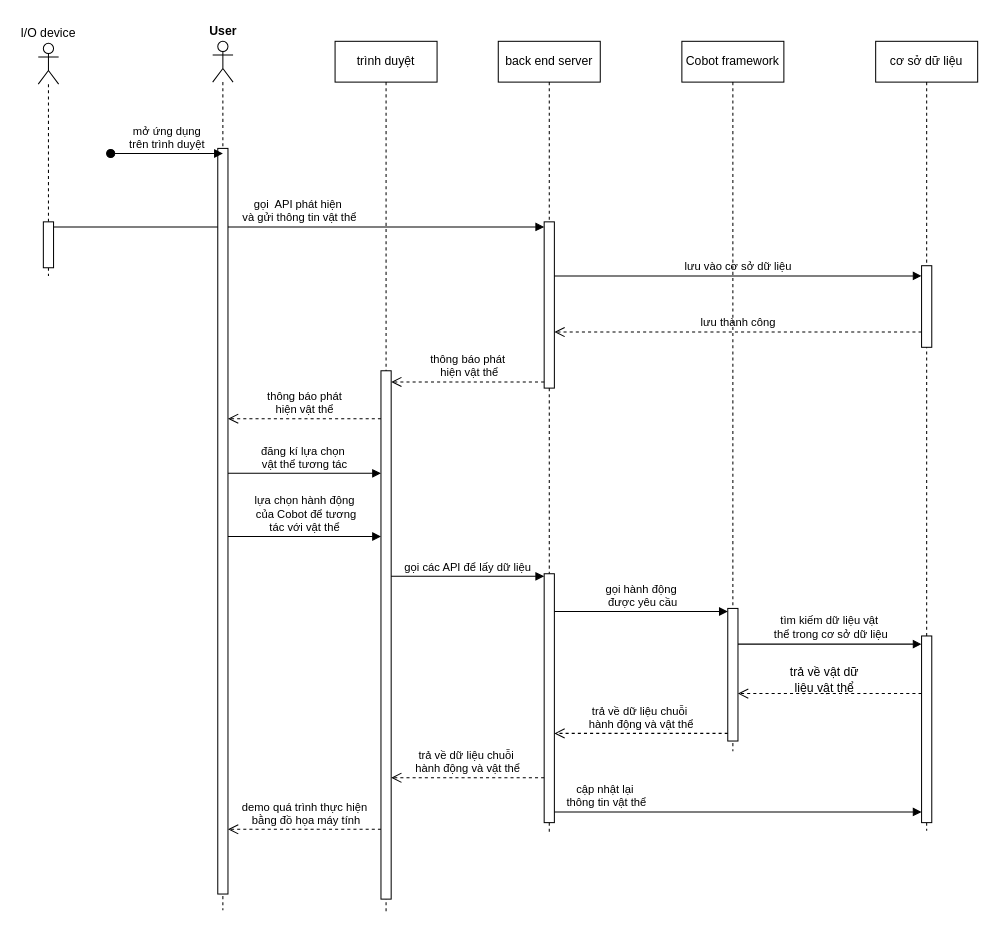
Earlier version of the draw.io diagram page "Page-1" (1 of 3) of sequence_diagram.drawio (LTDat-HustK65/GP). Source tidied: cells renumbered, new cells numbered last; positions are measured from the earlier drawing's top-left corner, leaving out a move shared by most shapes. Both pictures are drawn from the tidied source at 102%, with x=0, y=0 at pixel (17, 17).
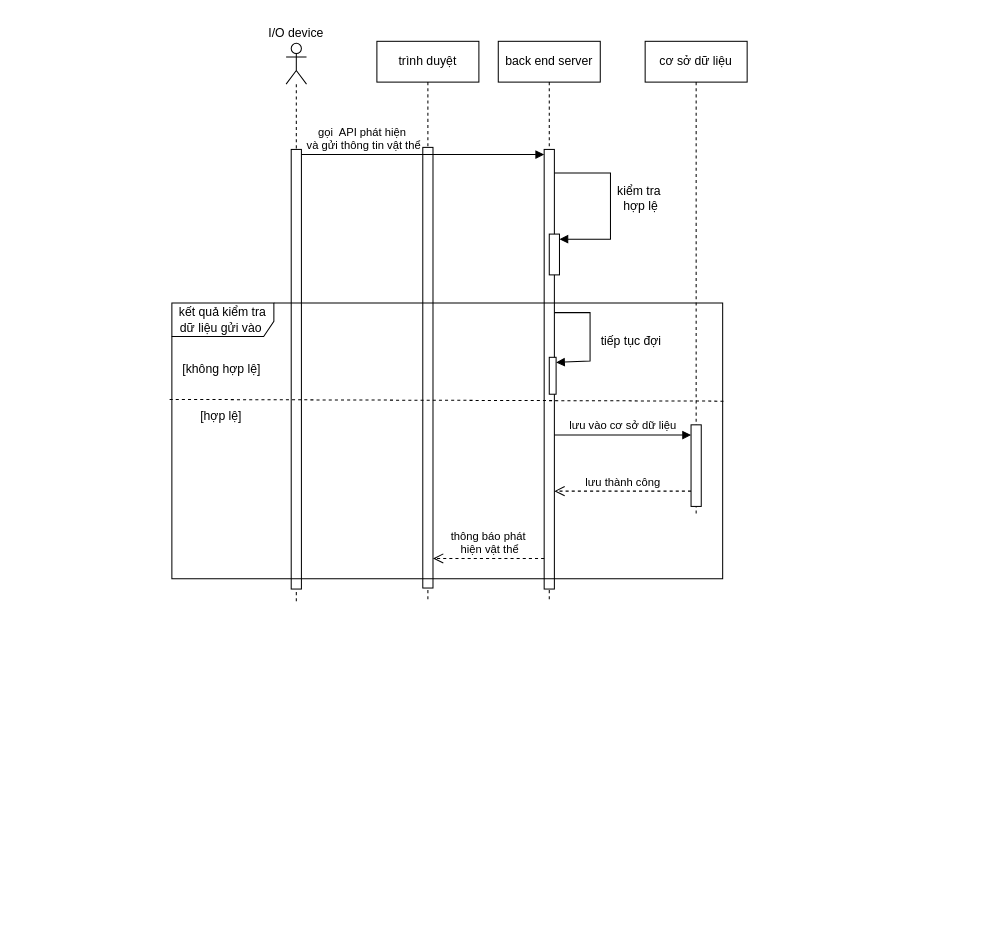
After the change.

Commit message (it also covers changes not shown here):
Cập nhật sequence_diagram.drawio

Diff of the diagram source:
```diff
@@
     <mxCell id="2" value="back end server" style="shape=umlLifeline;perimeter=lifelinePerimeter;whiteSpace=wrap;html=1;newEdgeStyle={&quot;curved&quot;:0,&quot;rounded&quot;:0};" parent="1" vertex="1">
-      <mxGeometry x="471" y="23" width="100" height="778" as="geometry" />
+      <mxGeometry x="471" y="23" width="100" height="547" as="geometry" />
     </mxCell>
     <mxCell id="3" style="html=1;points=[[0,0,0,0,5],[0,1,0,0,-5],[1,0,0,0,5],[1,1,0,0,-5]];perimeter=orthogonalPerimeter;outlineConnect=0;targetShapes=umlLifeline;portConstraint=eastwest;newEdgeStyle={&quot;curved&quot;:0,&quot;rounded&quot;:0};" parent="2" vertex="1">
-      <mxGeometry x="45" y="177" width="10" height="163" as="geometry" />
+      <mxGeometry x="45" y="106" width="10" height="431" as="geometry" />
     </mxCell>
-    <mxCell id="4" style="html=1;perimeter=orthogonalPerimeter;targetShapes=umlLifeline;newEdgeStyle={&quot;curved&quot;:0,&quot;rounded&quot;:0};" parent="2" vertex="1">
-      <mxGeometry x="45" y="522" width="10" height="244" as="geometry" />
-    </mxCell>
+    <mxCell id="40" style="html=1;points=[[0,0,0,0,5],[0,1,0,0,-5],[1,0,0,0,5],[1,1,0,0,-5]];perimeter=orthogonalPerimeter;outlineConnect=0;targetShapes=umlLifeline;portConstraint=eastwest;newEdgeStyle={&quot;curved&quot;:0,&quot;rounded&quot;:0};" parent="2" vertex="1">
+      <mxGeometry x="50" y="189" width="10" height="40" as="geometry" />
+    </mxCell>
+    <mxCell id="41" style="html=1;verticalAlign=bottom;endArrow=block;curved=0;rounded=0;entryX=1;entryY=0;entryDx=0;entryDy=5;entryPerimeter=0;" parent="2" edge="1" source="3" target="40">
+      <mxGeometry relative="1" as="geometry">
+        <Array as="points">
+          <mxPoint x="110" y="129" />
+          <mxPoint x="110" y="194" />
+        </Array>
+      </mxGeometry>
+    </mxCell>
     <mxCell id="5" style="shape=umlLifeline;perimeter=lifelinePerimeter;whiteSpace=wrap;html=1;newEdgeStyle={&quot;curved&quot;:0,&quot;rounded&quot;:0};participant=umlActor;" parent="1" vertex="1">
-      <mxGeometry x="20" y="25" width="20" height="228" as="geometry" />
+      <mxGeometry x="263" y="25" width="20" height="547" as="geometry" />
     </mxCell>
     <mxCell id="6" style="html=1;points=[[0,0,0,0,5],[0,1,0,0,-5],[1,0,0,0,5],[1,1,0,0,-5]];perimeter=orthogonalPerimeter;outlineConnect=0;targetShapes=umlLifeline;portConstraint=eastwest;newEdgeStyle={&quot;curved&quot;:0,&quot;rounded&quot;:0};" parent="5" vertex="1">
-      <mxGeometry x="5" y="175" width="10" height="45" as="geometry" />
+      <mxGeometry x="5" y="104" width="10" height="431" as="geometry" />
     </mxCell>
     <mxCell id="7" value="I/O device" style="text;html=1;align=center;verticalAlign=middle;whiteSpace=wrap;rounded=0;" parent="1" vertex="1">
-      <mxGeometry width="60" height="30" as="geometry" />
+      <mxGeometry x="243" width="60" height="30" as="geometry" />
     </mxCell>
-    <mxCell id="8" value="gọi&amp;nbsp; API phát hiện&amp;nbsp;&lt;div&gt;và gửi thông tin vật thể&lt;/div&gt;" style="html=1;verticalAlign=bottom;endArrow=block;curved=0;rounded=0;exitX=1;exitY=0;exitDx=0;exitDy=5;exitPerimeter=0;entryX=0;entryY=0;entryDx=0;entryDy=5;entryPerimeter=0;" parent="1" edge="1" source="6" target="3">
-      <mxGeometry relative="1" as="geometry" />
-    </mxCell>
-    <mxCell id="9" style="shape=umlLifeline;perimeter=lifelinePerimeter;whiteSpace=wrap;html=1;newEdgeStyle={&quot;curved&quot;:0,&quot;rounded&quot;:0};participant=umlActor;" parent="1" vertex="1">
-      <mxGeometry x="191" y="23" width="20" height="852" as="geometry" />
-    </mxCell>
-    <mxCell id="10" style="html=1;perimeter=orthogonalPerimeter;targetShapes=umlLifeline;newEdgeStyle={&quot;curved&quot;:0,&quot;rounded&quot;:0};" parent="9" vertex="1">
-      <mxGeometry x="5" y="105" width="10" height="731" as="geometry" />
-    </mxCell>
-    <mxCell id="11" value="trình duyệt" style="shape=umlLifeline;perimeter=lifelinePerimeter;whiteSpace=wrap;html=1;newEdgeStyle={&quot;curved&quot;:0,&quot;rounded&quot;:0};" parent="1" vertex="1">
-      <mxGeometry x="311" y="23" width="100" height="855" as="geometry" />
-    </mxCell>
-    <mxCell id="12" style="html=1;perimeter=orthogonalPerimeter;targetShapes=umlLifeline;newEdgeStyle={&quot;curved&quot;:0,&quot;rounded&quot;:0};" parent="11" vertex="1">
-      <mxGeometry x="45" y="323" width="10" height="518" as="geometry" />
-    </mxCell>
-    <mxCell id="13" value="User" style="text;align=center;fontStyle=1;verticalAlign=middle;spacingLeft=3;spacingRight=3;strokeColor=none;html=1;" parent="1" vertex="1">
-      <mxGeometry x="161" width="80" height="26" as="geometry" />
-    </mxCell>
     <mxCell id="14" value="cơ sở dữ liệu" style="shape=umlLifeline;perimeter=lifelinePerimeter;whiteSpace=wrap;html=1;newEdgeStyle={&quot;curved&quot;:0,&quot;rounded&quot;:0};" parent="1" vertex="1">
-      <mxGeometry x="841" y="23" width="100" height="774" as="geometry" />
+      <mxGeometry x="615" y="23" width="100" height="466" as="geometry" />
     </mxCell>
     <mxCell id="15" style="html=1;points=[[0,0,0,0,5],[0,1,0,0,-5],[1,0,0,0,5],[1,1,0,0,-5]];perimeter=orthogonalPerimeter;outlineConnect=0;targetShapes=umlLifeline;portConstraint=eastwest;newEdgeStyle={&quot;curved&quot;:0,&quot;rounded&quot;:0};" parent="14" vertex="1">
-      <mxGeometry x="45" y="220" width="10" height="80" as="geometry" />
+      <mxGeometry x="45" y="376" width="10" height="80" as="geometry" />
     </mxCell>
-    <mxCell id="16" style="html=1;perimeter=orthogonalPerimeter;targetShapes=umlLifeline;newEdgeStyle={&quot;curved&quot;:0,&quot;rounded&quot;:0};" parent="14" vertex="1">
-      <mxGeometry x="45" y="583" width="10" height="183" as="geometry" />
-    </mxCell>
-    <mxCell id="17" value="thông báo phát&lt;div&gt;&amp;nbsp;hiện vật thể&lt;/div&gt;" style="html=1;verticalAlign=bottom;endArrow=open;dashed=1;endSize=8;curved=0;rounded=0;" parent="1" edge="1">
+    <mxCell id="17" value="thông báo phát&lt;div&gt;&amp;nbsp;hiện vật thể&lt;/div&gt;" style="html=1;verticalAlign=bottom;endArrow=open;dashed=1;endSize=8;curved=0;rounded=0;" parent="1" edge="1" target="47">
       <mxGeometry relative="1" as="geometry">
-        <mxPoint x="516" y="357" as="sourcePoint" />
-        <mxPoint x="366" y="357" as="targetPoint" />
+        <mxPoint x="516" y="530" as="sourcePoint" />
       </mxGeometry>
     </mxCell>
-    <mxCell id="18" value="mở ứng dụng&lt;div&gt;&amp;nbsp;trên trình duyệt&amp;nbsp;&lt;/div&gt;" style="html=1;verticalAlign=bottom;startArrow=oval;startFill=1;endArrow=block;startSize=8;curved=0;rounded=0;" parent="1" edge="1">
-      <mxGeometry relative="1" as="geometry">
-        <mxPoint x="91" y="133" as="sourcePoint" />
-        <mxPoint x="201" y="133" as="targetPoint" />
-      </mxGeometry>
-    </mxCell>
-    <mxCell id="19" value="thông báo phát&lt;div&gt;hiện vật thể&lt;/div&gt;" style="html=1;verticalAlign=bottom;endArrow=open;dashed=1;endSize=8;curved=0;rounded=0;" parent="1" edge="1">
-      <mxGeometry relative="1" as="geometry">
-        <mxPoint x="356" y="393" as="sourcePoint" />
-        <mxPoint x="206" y="393" as="targetPoint" />
-      </mxGeometry>
-    </mxCell>
     <mxCell id="20" value="lưu vào cơ sở dữ liệu" style="html=1;verticalAlign=bottom;endArrow=block;curved=0;rounded=0;" parent="1" edge="1" target="15">
       <mxGeometry relative="1" as="geometry">
-        <mxPoint x="526" y="253" as="sourcePoint" />
+        <mxPoint x="526" y="409" as="sourcePoint" />
       </mxGeometry>
     </mxCell>
     <mxCell id="21" value="lưu thành công" style="html=1;verticalAlign=bottom;endArrow=open;dashed=1;endSize=8;curved=0;rounded=0;" parent="1" edge="1" source="15">
       <mxGeometry relative="1" as="geometry">
-        <mxPoint x="526" y="308" as="targetPoint" />
+        <mxPoint x="526" y="464" as="targetPoint" />
       </mxGeometry>
     </mxCell>
-    <mxCell id="22" value="đăng kí lựa chọn&amp;nbsp;&lt;div&gt;vật thể tương tác&lt;/div&gt;" style="html=1;verticalAlign=bottom;endArrow=block;curved=0;rounded=0;" parent="1" edge="1">
-      <mxGeometry relative="1" as="geometry">
-        <mxPoint x="206" y="446.5" as="sourcePoint" />
-        <mxPoint x="356" y="446.5" as="targetPoint" />
-      </mxGeometry>
-    </mxCell>
-    <mxCell id="23" value="Cobot framework" style="shape=umlLifeline;perimeter=lifelinePerimeter;whiteSpace=wrap;html=1;newEdgeStyle={&quot;curved&quot;:0,&quot;rounded&quot;:0};" parent="1" vertex="1">
-      <mxGeometry x="651" y="23" width="100" height="696" as="geometry" />
-    </mxCell>
-    <mxCell id="24" style="html=1;points=[[0,0,0,0,5],[0,1,0,0,-5],[1,0,0,0,5],[1,1,0,0,-5]];perimeter=orthogonalPerimeter;outlineConnect=0;targetShapes=umlLifeline;portConstraint=eastwest;newEdgeStyle={&quot;curved&quot;:0,&quot;rounded&quot;:0};" parent="23" vertex="1">
-      <mxGeometry x="45" y="556" width="10" height="130" as="geometry" />
-    </mxCell>
-    <mxCell id="25" value="lựa chọn hành động&lt;div&gt;&amp;nbsp;của Cobot để tương&lt;div&gt;&amp;nbsp;tác với vật thể&amp;nbsp;&lt;/div&gt;&lt;/div&gt;" style="html=1;verticalAlign=bottom;endArrow=block;curved=0;rounded=0;" parent="1" edge="1">
-      <mxGeometry relative="1" as="geometry">
-        <mxPoint x="206" y="508.5" as="sourcePoint" />
-        <mxPoint x="356" y="508.5" as="targetPoint" />
-      </mxGeometry>
-    </mxCell>
-    <mxCell id="26" value="gọi các API để lấy dữ liệu" style="html=1;verticalAlign=bottom;endArrow=block;curved=0;rounded=0;" parent="1" edge="1">
-      <mxGeometry relative="1" as="geometry">
-        <mxPoint x="366" y="547.5" as="sourcePoint" />
-        <mxPoint x="516" y="547.5" as="targetPoint" />
-      </mxGeometry>
-    </mxCell>
-    <mxCell id="27" value="gọi hành động&lt;div&gt;&amp;nbsp;được yêu cầu&lt;/div&gt;" style="html=1;verticalAlign=bottom;endArrow=block;curved=0;rounded=0;" parent="1" edge="1">
-      <mxGeometry relative="1" as="geometry">
-        <mxPoint x="526" y="582" as="sourcePoint" />
-        <mxPoint x="696" y="582" as="targetPoint" />
-      </mxGeometry>
-    </mxCell>
-    <mxCell id="28" value="trả về dữ liệu chuỗi&amp;nbsp;&lt;div&gt;hành động và vật thể&lt;/div&gt;" style="html=1;verticalAlign=bottom;endArrow=open;dashed=1;endSize=8;curved=0;rounded=0;" parent="1" edge="1">
-      <mxGeometry relative="1" as="geometry">
-        <mxPoint x="696" y="701.5" as="sourcePoint" />
-        <mxPoint x="526" y="701.5" as="targetPoint" />
-      </mxGeometry>
-    </mxCell>
-    <mxCell id="29" value="trả về dữ liệu chuỗi&amp;nbsp;&lt;div&gt;hành động và vật thể&lt;/div&gt;" style="html=1;verticalAlign=bottom;endArrow=open;dashed=1;endSize=8;curved=0;rounded=0;" parent="1" edge="1">
-      <mxGeometry relative="1" as="geometry">
-        <mxPoint x="516" y="745" as="sourcePoint" />
-        <mxPoint x="366" y="745" as="targetPoint" />
-      </mxGeometry>
-    </mxCell>
-    <mxCell id="30" style="group;" parent="1" vertex="1">
-      <mxGeometry x="741" y="705" width="145" height="32" as="geometry" />
-    </mxCell>
-    <mxCell id="31" style="html=1;verticalAlign=bottom;endArrow=block;curved=0;rounded=0;" parent="30" edge="1">
-      <mxGeometry relative="1" as="geometry">
-        <mxPoint x="-35" y="-91" as="sourcePoint" />
-        <mxPoint x="145" y="-91" as="targetPoint" />
-      </mxGeometry>
-    </mxCell>
-    <mxCell id="32" value="&lt;span style=&quot;font-size: 11px; text-wrap: nowrap; background-color: rgb(255, 255, 255);&quot;&gt;tìm kiếm dữ liệu vật&lt;/span&gt;&lt;div style=&quot;font-size: 11px; text-wrap: nowrap;&quot;&gt;&amp;nbsp;thể trong cơ sở dữ liệu&lt;/div&gt;" style="text;html=1;align=center;verticalAlign=middle;whiteSpace=wrap;rounded=0;" parent="30" vertex="1">
-      <mxGeometry y="-123" width="110" height="30" as="geometry" />
-    </mxCell>
-    <mxCell id="33" value="demo quá trình thực hiện&lt;div&gt;&amp;nbsp;bằng đồ họa máy tính&lt;/div&gt;" style="html=1;verticalAlign=bottom;endArrow=open;dashed=1;endSize=8;curved=0;rounded=0;" parent="1" edge="1">
-      <mxGeometry relative="1" as="geometry">
-        <mxPoint x="356" y="795.5" as="sourcePoint" />
-        <mxPoint x="206" y="795.5" as="targetPoint" />
-      </mxGeometry>
-    </mxCell>
-    <mxCell id="34" style="group;" parent="1" vertex="1">
-      <mxGeometry x="751" y="634" width="135" height="30" as="geometry" />
-    </mxCell>
-    <mxCell id="35" style="html=1;verticalAlign=bottom;endArrow=open;dashed=1;endSize=8;curved=0;rounded=0;" parent="34" edge="1" target="24">
-      <mxGeometry relative="1" as="geometry">
-        <mxPoint x="135" y="28.5" as="sourcePoint" />
-      </mxGeometry>
-    </mxCell>
-    <mxCell id="36" value="trả về vật dữ liệu vật thể" style="text;html=1;align=center;verticalAlign=middle;whiteSpace=wrap;rounded=0;" parent="34" vertex="1">
-      <mxGeometry width="80" height="30" as="geometry" />
-    </mxCell>
-    <mxCell id="37" style="group;" parent="1" vertex="1">
-      <mxGeometry x="526" y="747" width="360" height="31.5" as="geometry" />
-    </mxCell>
-    <mxCell id="38" style="html=1;verticalAlign=bottom;endArrow=block;curved=0;rounded=0;labelPosition=center;verticalLabelPosition=top;align=center;" parent="37" edge="1">
-      <mxGeometry relative="1" as="geometry">
-        <mxPoint y="31.5" as="sourcePoint" />
-        <mxPoint x="360" y="31.5" as="targetPoint" />
-      </mxGeometry>
-    </mxCell>
-    <mxCell id="39" value="&lt;span style=&quot;font-size: 11px; text-wrap: nowrap; background-color: rgb(255, 255, 255);&quot;&gt;cập nhật lại&lt;/span&gt;&lt;div style=&quot;font-size: 11px; text-wrap: nowrap;&quot;&gt;&amp;nbsp;thông tin vật thể&lt;/div&gt;" style="text;html=1;align=center;verticalAlign=middle;whiteSpace=wrap;rounded=0;" parent="37" vertex="1">
-      <mxGeometry x="5" width="90" height="30" as="geometry" />
-    </mxCell>
+    <mxCell id="11" value="trình duyệt" style="shape=umlLifeline;perimeter=lifelinePerimeter;whiteSpace=wrap;html=1;newEdgeStyle={&quot;curved&quot;:0,&quot;rounded&quot;:0};" parent="1" vertex="1">
+      <mxGeometry x="352" y="23" width="100" height="547" as="geometry" />
+    </mxCell>
+    <mxCell id="42" value="kiểm tra&amp;nbsp;&lt;div&gt;hợp lệ&lt;/div&gt;" style="text;html=1;align=center;verticalAlign=middle;whiteSpace=wrap;rounded=0;" parent="1" vertex="1">
+      <mxGeometry x="561" y="162" width="100" height="30" as="geometry" />
+    </mxCell>
+    <mxCell id="43" style="group;" parent="1" vertex="1">
+      <mxGeometry x="521" y="289" width="40" height="80" as="geometry" />
+    </mxCell>
+    <mxCell id="44" style="html=1;points=[[0,0,0,0,5],[0,1,0,0,-5],[1,0,0,0,5],[1,1,0,0,-5]];perimeter=orthogonalPerimeter;outlineConnect=0;targetShapes=umlLifeline;portConstraint=eastwest;newEdgeStyle={&quot;curved&quot;:0,&quot;rounded&quot;:0};" parent="43" vertex="1">
+      <mxGeometry y="43.8" width="6.7" height="36.2" as="geometry" />
+    </mxCell>
+    <mxCell id="45" style="html=1;verticalAlign=bottom;endArrow=block;curved=0;rounded=0;entryX=1;entryY=0;entryDx=0;entryDy=5;entryPerimeter=0;" parent="1" edge="1" source="3" target="44">
+      <mxGeometry relative="1" as="geometry">
+        <Array as="points">
+          <mxPoint x="561" y="289" />
+          <mxPoint x="561" y="336.4" />
+        </Array>
+      </mxGeometry>
+    </mxCell>
+    <mxCell id="46" value="tiếp tục đợi" style="text;html=1;align=center;verticalAlign=middle;strokeColor=none;fillColor=none;" parent="1" vertex="1">
+      <mxGeometry x="561" y="302" width="80" height="30" as="geometry" />
+    </mxCell>
+    <mxCell id="47" style="html=1;points=[[0,0,0,0,5],[0,1,0,0,-5],[1,0,0,0,5],[1,1,0,0,-5]];perimeter=orthogonalPerimeter;outlineConnect=0;targetShapes=umlLifeline;portConstraint=eastwest;newEdgeStyle={&quot;curved&quot;:0,&quot;rounded&quot;:0};" parent="1" vertex="1">
+      <mxGeometry x="397" y="127" width="10" height="432" as="geometry" />
+    </mxCell>
+    <mxCell id="48" style="group;" parent="1" vertex="1">
+      <mxGeometry x="281" y="103" width="117" height="30" as="geometry" />
+    </mxCell>
+    <mxCell id="8" style="html=1;verticalAlign=bottom;endArrow=block;curved=0;rounded=0;exitX=1;exitY=0;exitDx=0;exitDy=5;exitPerimeter=0;entryX=0;entryY=0;entryDx=0;entryDy=5;entryPerimeter=0;" parent="48" edge="1" source="6" target="3">
+      <mxGeometry relative="1" as="geometry" />
+    </mxCell>
+    <mxCell id="49" value="&lt;span style=&quot;font-size: 11px; text-wrap: nowrap; background-color: rgb(255, 255, 255);&quot;&gt;gọi&amp;nbsp; API phát hiện&amp;nbsp;&lt;/span&gt;&lt;div style=&quot;font-size: 11px; text-wrap: nowrap;&quot;&gt;và gửi thông tin vật thể&lt;/div&gt;" style="text;html=1;align=center;verticalAlign=middle;whiteSpace=wrap;rounded=0;" parent="48" vertex="1">
+      <mxGeometry width="117" height="30" as="geometry" />
+    </mxCell>
+    <mxCell id="50" style="group;" parent="1" vertex="1">
+      <mxGeometry x="151" y="279.5" width="540" height="270.5" as="geometry" />
+    </mxCell>
+    <mxCell id="51" value="kết quả kiểm tra dữ liệu gửi vào&amp;nbsp;" style="shape=umlFrame;whiteSpace=wrap;html=1;width=100;height=33;" parent="50" vertex="1">
+      <mxGeometry width="540" height="270.5" as="geometry" />
+    </mxCell>
+    <mxCell id="52" value="[không hợp lệ]" style="text;html=1;align=center;verticalAlign=middle;whiteSpace=wrap;rounded=0;" parent="50" vertex="1">
+      <mxGeometry x="7.5" y="55.6" width="81.5" height="19.2" as="geometry" />
+    </mxCell>
+    <mxCell id="53" value="[hợp lệ]" style="text;html=1;align=center;verticalAlign=middle;whiteSpace=wrap;rounded=0;" parent="50" vertex="1">
+      <mxGeometry x="25.8" y="101.9" width="45" height="19.2" as="geometry" />
+    </mxCell>
+    <mxCell id="54" style="endArrow=none;dashed=1;html=1;rounded=0;entryX=1.005;entryY=0.245;entryDx=0;entryDy=0;entryPerimeter=0;exitX=-0.004;exitY=0.239;exitDx=0;exitDy=0;exitPerimeter=0;" parent="50" edge="1">
+      <mxGeometry relative="1" as="geometry">
+        <mxPoint x="-2.2" y="94.6" as="sourcePoint" />
+        <mxPoint x="542.7" y="96.3" as="targetPoint" />
+      </mxGeometry>
+    </mxCell>
```
